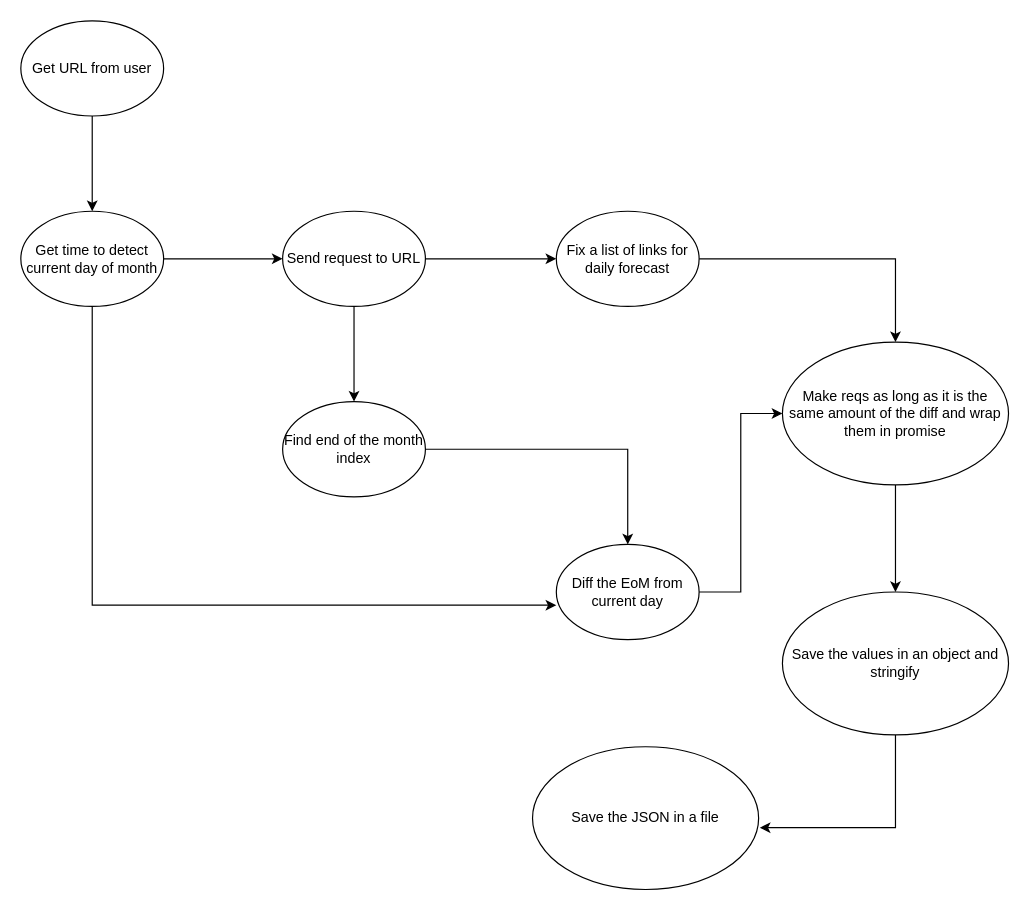
Before: diagrams/sperloos-accuweather-test.drawio in Kal9Isa/accuweather-nodejs-test, a draw.io diagram. Source tidied: cells renumbered, new cells numbered last; positions are measured from the earlier drawing's top-left corner, leaving out a move shared by most shapes. Both pictures are drawn from the tidied source at 119%, with x=0, y=0 at pixel (20, 20).
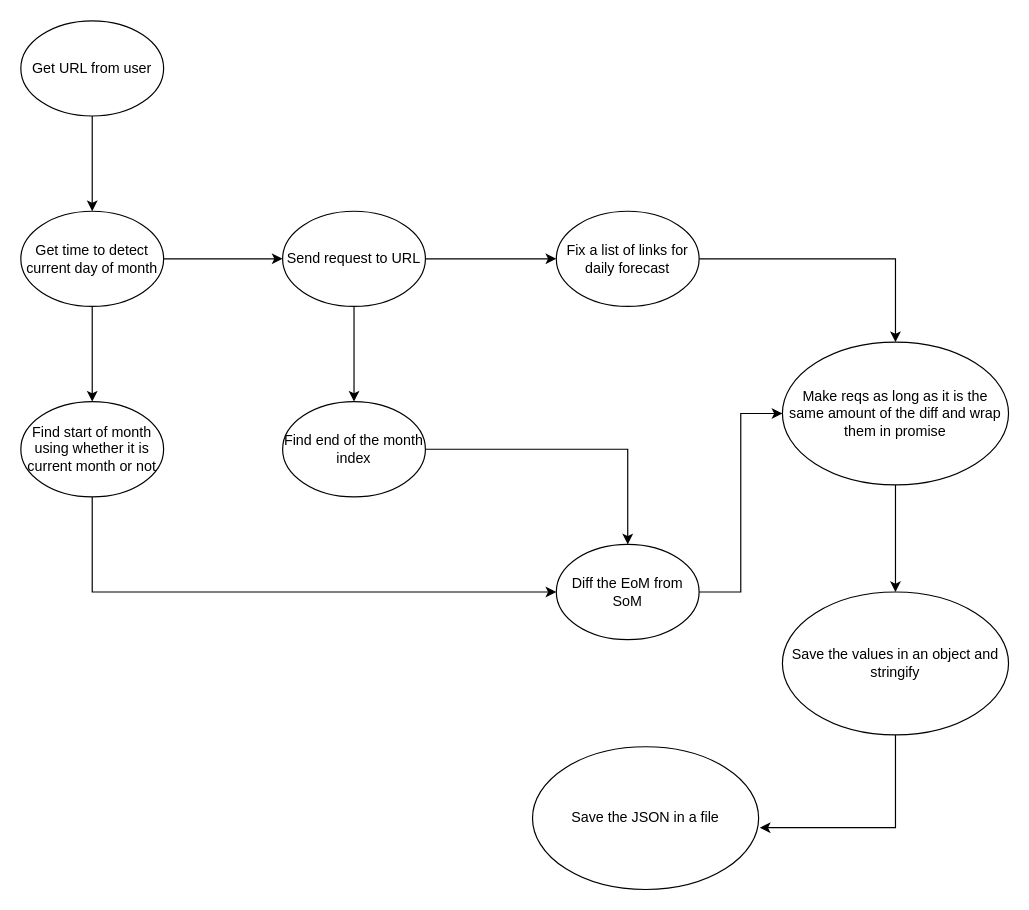
The same page after the edit.

Commit message:
updated diagram with find-som service

The change refers to these unchanged cells:
```xml
<mxCell id="6" value="Get time to detect current day of month" style="ellipse;whiteSpace=wrap;html=1;" parent="1" vertex="1">
  <mxGeometry y="160" width="120" height="80" as="geometry" />
</mxCell>
```

The edit, as a diff of the source:
```diff
@@
-    <mxCell id="5" style="edgeStyle=orthogonalEdgeStyle;rounded=0;jettySize=auto;html=1;entryX=0;entryY=0.638;entryDx=0;entryDy=0;entryPerimeter=0;exitX=0.5;exitY=1;exitDx=0;exitDy=0;" parent="1" edge="1" source="6" target="13">
-      <mxGeometry relative="1" as="geometry">
-        <Array as="points">
-          <mxPoint x="60" y="491" />
-        </Array>
-      </mxGeometry>
-    </mxCell>
+    <mxCell id="21" style="edgeStyle=orthogonalEdgeStyle;rounded=0;jettySize=auto;html=1;entryX=0.5;entryY=0;entryDx=0;entryDy=0;" parent="1" edge="1" source="6" target="23">
+      <mxGeometry relative="1" as="geometry" />
+    </mxCell>
@@
-    <mxCell id="13" value="Diff the EoM from current day" style="ellipse;whiteSpace=wrap;html=1;" parent="1" vertex="1">
+    <mxCell id="13" value="Diff the EoM from SoM" style="ellipse;whiteSpace=wrap;html=1;" parent="1" vertex="1">
       <mxGeometry x="450" y="440" width="120" height="80" as="geometry" />
     </mxCell>
@@
+    <mxCell id="22" style="edgeStyle=orthogonalEdgeStyle;rounded=0;jettySize=auto;html=1;entryX=0;entryY=0.5;entryDx=0;entryDy=0;" parent="1" edge="1" source="23" target="13">
+      <mxGeometry relative="1" as="geometry">
+        <Array as="points">
+          <mxPoint x="60" y="480" />
+        </Array>
+      </mxGeometry>
+    </mxCell>
+    <mxCell id="23" value="Find start of month using whether it is current month or not" style="ellipse;whiteSpace=wrap;html=1;" parent="1" vertex="1">
+      <mxGeometry y="320" width="120" height="80" as="geometry" />
+    </mxCell>
```
